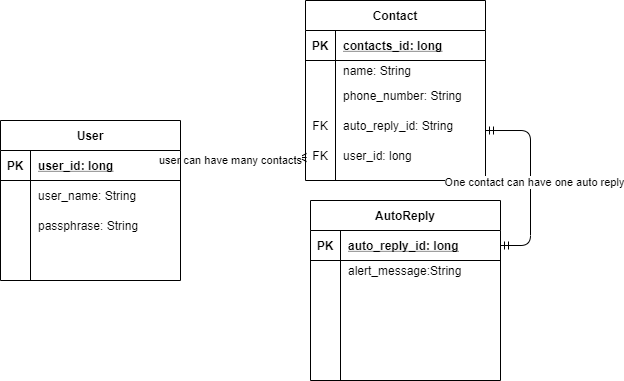
Earlier version of the draw.io export docs/PNGs/kidnappedERD - Copy.png (shifdub/kidnapped). Source tidied: cells renumbered, new cells last; positions are measured from the earlier drawing's top-left corner, leaving out a move shared by most shapes.
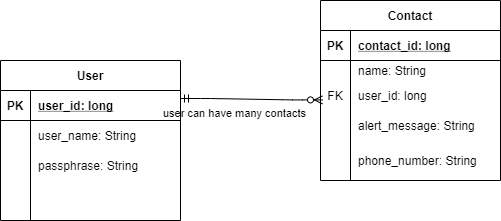
Above is the later version.

Change to the diagram source:
```diff
@@ -2,14 +2,16 @@
   <root>
     <mxCell id="0" />
     <mxCell id="1" parent="0" />
-    <mxCell id="2" style="edgeStyle=entityRelationEdgeStyle;fontSize=12;html=1;endArrow=ERzeroToMany;startArrow=ERmandOne;entryX=0.006;entryY=0.567;entryDx=0;entryDy=0;entryPerimeter=0;exitX=1;exitY=0.4;exitDx=0;exitDy=0;exitPerimeter=0;" parent="1" edge="1" source="5" target="43">
+    <mxCell id="2" style="edgeStyle=entityRelationEdgeStyle;fontSize=12;html=1;endArrow=ERzeroToMany;startArrow=ERmandOne;exitX=1;exitY=0.267;exitDx=0;exitDy=0;exitPerimeter=0;entryX=0.011;entryY=0.647;entryDx=0;entryDy=0;entryPerimeter=0;" parent="1" edge="1" source="5" target="43">
       <mxGeometry relative="1" as="geometry" />
     </mxCell>
     <mxCell id="3" value="user can have many contacts" style="edgeLabel;html=1;align=center;verticalAlign=middle;" parent="2" vertex="1">
-      <mxGeometry x="-0.2" y="1" relative="1" as="geometry" />
+      <mxGeometry x="-0.2" y="1" relative="1" as="geometry">
+        <mxPoint x="-3.8" y="15" as="offset" />
+      </mxGeometry>
     </mxCell>
     <mxCell id="4" value="User" style="shape=table;startSize=30;rowLines=0;fontStyle=1;align=center;" parent="1" vertex="1">
-      <mxGeometry y="120" width="180" height="160" as="geometry" />
+      <mxGeometry x="-10" y="120" width="180" height="160" as="geometry" />
     </mxCell>
     <mxCell id="5" style="shape=partialRectangle;fillColor=none;top=0;left=0;bottom=1;right=0;points=[[0,0.5],[1,0.5]];portConstraint=eastwest;" parent="4" vertex="1">
       <mxGeometry y="30" width="180" height="30" as="geometry" />
@@ -47,47 +49,8 @@
     <mxCell id="16" style="shape=partialRectangle;fillColor=none;top=0;left=0;bottom=0;right=0;align=left;spacingLeft=6;overflow=hidden;" parent="14" vertex="1">
       <mxGeometry x="30" width="150" height="30" as="geometry" />
     </mxCell>
-    <mxCell id="17" value="AutoReply" style="shape=table;startSize=30;rowLines=0;fontStyle=1;align=center;" parent="1" vertex="1">
-      <mxGeometry x="310" y="200" width="190" height="180" as="geometry" />
-    </mxCell>
-    <mxCell id="18" style="shape=partialRectangle;fillColor=none;top=0;left=0;bottom=1;right=0;points=[[0,0.5],[1,0.5]];portConstraint=eastwest;" parent="17" vertex="1">
-      <mxGeometry y="30" width="190" height="30" as="geometry" />
-    </mxCell>
-    <mxCell id="19" value="PK" style="shape=partialRectangle;fillColor=none;top=0;left=0;bottom=0;right=0;fontStyle=1;overflow=hidden;" parent="18" vertex="1">
-      <mxGeometry width="30" height="30" as="geometry" />
-    </mxCell>
-    <mxCell id="20" value="auto_reply_id: long" style="shape=partialRectangle;fillColor=none;top=0;left=0;bottom=0;right=0;align=left;spacingLeft=6;fontStyle=5;overflow=hidden;" parent="18" vertex="1">
-      <mxGeometry x="30" width="160" height="30" as="geometry" />
-    </mxCell>
-    <mxCell id="21" style="shape=partialRectangle;fillColor=none;top=0;left=0;bottom=0;right=0;" parent="17" vertex="1">
-      <mxGeometry y="60" width="190" height="20" as="geometry" />
-    </mxCell>
-    <mxCell id="22" style="shape=partialRectangle;fillColor=none;top=0;left=0;bottom=0;right=0;overflow=hidden;" parent="21" vertex="1">
-      <mxGeometry width="30" height="20" as="geometry" />
-    </mxCell>
-    <mxCell id="23" value="alert_message:String" style="shape=partialRectangle;fillColor=none;top=0;left=0;bottom=0;right=0;align=left;spacingLeft=6;overflow=hidden;" parent="21" vertex="1">
-      <mxGeometry x="30" width="160" height="20" as="geometry" />
-    </mxCell>
-    <mxCell id="24" style="shape=partialRectangle;fillColor=none;top=0;left=0;bottom=0;right=0;" parent="17" vertex="1">
-      <mxGeometry y="80" width="190" height="80" as="geometry" />
-    </mxCell>
-    <mxCell id="25" style="shape=partialRectangle;fillColor=none;top=0;left=0;bottom=0;right=0;overflow=hidden;" parent="24" vertex="1">
-      <mxGeometry width="30" height="80" as="geometry" />
-    </mxCell>
-    <mxCell id="26" style="shape=partialRectangle;fillColor=none;top=0;left=0;bottom=0;right=0;align=left;spacingLeft=6;overflow=hidden;" parent="24" vertex="1">
-      <mxGeometry x="30" width="160" height="80" as="geometry" />
-    </mxCell>
-    <mxCell id="27" style="shape=partialRectangle;fillColor=none;top=0;left=0;bottom=0;right=0;" parent="17" vertex="1">
-      <mxGeometry y="160" width="190" height="20" as="geometry" />
-    </mxCell>
-    <mxCell id="28" style="shape=partialRectangle;fillColor=none;top=0;left=0;bottom=0;right=0;overflow=hidden;" parent="27" vertex="1">
-      <mxGeometry width="30" height="20" as="geometry" />
-    </mxCell>
-    <mxCell id="29" style="shape=partialRectangle;fillColor=none;top=0;left=0;bottom=0;right=0;align=left;spacingLeft=6;overflow=hidden;" parent="27" vertex="1">
-      <mxGeometry x="30" width="160" height="20" as="geometry" />
-    </mxCell>
     <mxCell id="30" value="Contact" style="shape=table;startSize=30;rowLines=0;fontStyle=1;align=center;" parent="1" vertex="1">
-      <mxGeometry x="305" width="180" height="180" as="geometry" />
+      <mxGeometry x="310" y="60" width="180" height="180" as="geometry" />
     </mxCell>
     <mxCell id="31" style="shape=partialRectangle;fillColor=none;top=0;left=0;bottom=1;right=0;" parent="30" vertex="1">
       <mxGeometry y="30" width="180" height="30" as="geometry" />
@@ -95,7 +58,7 @@
     <mxCell id="32" value="PK" style="shape=partialRectangle;fillColor=none;top=0;left=0;bottom=0;right=0;fontStyle=1;overflow=hidden;" parent="31" vertex="1">
       <mxGeometry width="30" height="30" as="geometry" />
     </mxCell>
-    <mxCell id="33" value="contacts_id: long" style="shape=partialRectangle;fillColor=none;top=0;left=0;bottom=0;right=0;align=left;spacingLeft=6;fontStyle=5;overflow=hidden;" parent="31" vertex="1">
+    <mxCell id="33" value="contact_id: long" style="shape=partialRectangle;fillColor=none;top=0;left=0;bottom=0;right=0;align=left;spacingLeft=6;fontStyle=5;overflow=hidden;" parent="31" vertex="1">
       <mxGeometry x="30" width="150" height="30" as="geometry" />
     </mxCell>
     <mxCell id="34" style="shape=partialRectangle;fillColor=none;top=0;left=0;bottom=0;right=0;" parent="30" vertex="1">
@@ -107,38 +70,32 @@
     <mxCell id="36" value="name: String" style="shape=partialRectangle;fillColor=none;top=0;left=0;bottom=0;right=0;align=left;spacingLeft=6;overflow=hidden;" parent="34" vertex="1">
       <mxGeometry x="30" width="150" height="20" as="geometry" />
     </mxCell>
+    <mxCell id="43" style="shape=partialRectangle;fillColor=none;top=0;left=0;bottom=0;right=0;points=[[0,0.5],[1,0.5]];portConstraint=eastwest;" parent="30" vertex="1">
+      <mxGeometry y="80" width="180" height="30" as="geometry" />
+    </mxCell>
+    <mxCell id="44" value="FK" style="shape=partialRectangle;fillColor=none;top=0;left=0;bottom=0;right=0;overflow=hidden;" parent="43" vertex="1">
+      <mxGeometry width="30" height="30" as="geometry" />
+    </mxCell>
+    <mxCell id="45" value="user_id: long" style="shape=partialRectangle;fillColor=none;top=0;left=0;bottom=0;right=0;align=left;spacingLeft=6;overflow=hidden;" parent="43" vertex="1">
+      <mxGeometry x="30" width="150" height="30" as="geometry" />
+    </mxCell>
+    <mxCell id="40" style="shape=partialRectangle;fillColor=none;top=0;left=0;bottom=0;right=0;points=[[0,0.5],[1,0.5]];portConstraint=eastwest;" parent="30" vertex="1">
+      <mxGeometry y="110" width="180" height="30" as="geometry" />
+    </mxCell>
+    <mxCell id="41" style="shape=partialRectangle;fillColor=none;top=0;left=0;bottom=0;right=0;overflow=hidden;" parent="40" vertex="1">
+      <mxGeometry width="30" height="30" as="geometry" />
+    </mxCell>
+    <mxCell id="42" value="alert_message: String" style="shape=partialRectangle;fillColor=none;top=0;left=0;bottom=0;right=0;align=left;spacingLeft=6;overflow=hidden;" parent="40" vertex="1">
+      <mxGeometry x="30" width="150" height="30" as="geometry" />
+    </mxCell>
     <mxCell id="37" style="shape=partialRectangle;fillColor=none;top=0;left=0;bottom=0;right=0;" parent="30" vertex="1">
-      <mxGeometry y="80" width="180" height="30" as="geometry" />
+      <mxGeometry y="140" width="180" height="40" as="geometry" />
     </mxCell>
     <mxCell id="38" style="shape=partialRectangle;fillColor=none;top=0;left=0;bottom=0;right=0;overflow=hidden;" parent="37" vertex="1">
-      <mxGeometry width="30" height="30" as="geometry" />
+      <mxGeometry width="30" height="40" as="geometry" />
     </mxCell>
     <mxCell id="39" value="phone_number: String" style="shape=partialRectangle;fillColor=none;top=0;left=0;bottom=0;right=0;align=left;spacingLeft=6;overflow=hidden;" parent="37" vertex="1">
-      <mxGeometry x="30" width="150" height="30" as="geometry" />
+      <mxGeometry x="30" width="150" height="40" as="geometry" />
     </mxCell>
-    <mxCell id="40" style="shape=partialRectangle;fillColor=none;top=0;left=0;bottom=0;right=0;points=[[0,0.5],[1,0.5]];portConstraint=eastwest;" parent="30" vertex="1">
-      <mxGeometry y="110" width="180" height="30" as="geometry" />
-    </mxCell>
-    <mxCell id="41" value="FK" style="shape=partialRectangle;fillColor=none;top=0;left=0;bottom=0;right=0;overflow=hidden;" parent="40" vertex="1">
-      <mxGeometry width="30" height="30" as="geometry" />
-    </mxCell>
-    <mxCell id="42" value="auto_reply_id: String" style="shape=partialRectangle;fillColor=none;top=0;left=0;bottom=0;right=0;align=left;spacingLeft=6;overflow=hidden;" parent="40" vertex="1">
-      <mxGeometry x="30" width="150" height="30" as="geometry" />
-    </mxCell>
-    <mxCell id="43" style="shape=partialRectangle;fillColor=none;top=0;left=0;bottom=0;right=0;points=[[0,0.5],[1,0.5]];portConstraint=eastwest;" parent="30" vertex="1">
-      <mxGeometry y="140" width="180" height="30" as="geometry" />
-    </mxCell>
-    <mxCell id="44" value="FK" style="shape=partialRectangle;fillColor=none;top=0;left=0;bottom=0;right=0;overflow=hidden;" parent="43" vertex="1">
-      <mxGeometry width="30" height="30" as="geometry" />
-    </mxCell>
-    <mxCell id="45" value="user_id: long" style="shape=partialRectangle;fillColor=none;top=0;left=0;bottom=0;right=0;align=left;spacingLeft=6;overflow=hidden;" parent="43" vertex="1">
-      <mxGeometry x="30" width="150" height="30" as="geometry" />
-    </mxCell>
-    <mxCell id="46" style="edgeStyle=entityRelationEdgeStyle;fontSize=12;html=1;endArrow=ERmandOne;startArrow=ERmandOne;entryX=1;entryY=0.667;entryDx=0;entryDy=0;entryPerimeter=0;" parent="1" edge="1" source="18" target="40">
-      <mxGeometry relative="1" as="geometry" />
-    </mxCell>
-    <mxCell id="47" value="One contact can have one auto reply" style="edgeLabel;html=1;align=center;verticalAlign=middle;" parent="46" vertex="1">
-      <mxGeometry x="-0.01" y="-3" relative="1" as="geometry" />
-    </mxCell>
   </root>
 </mxGraphModel>
```
